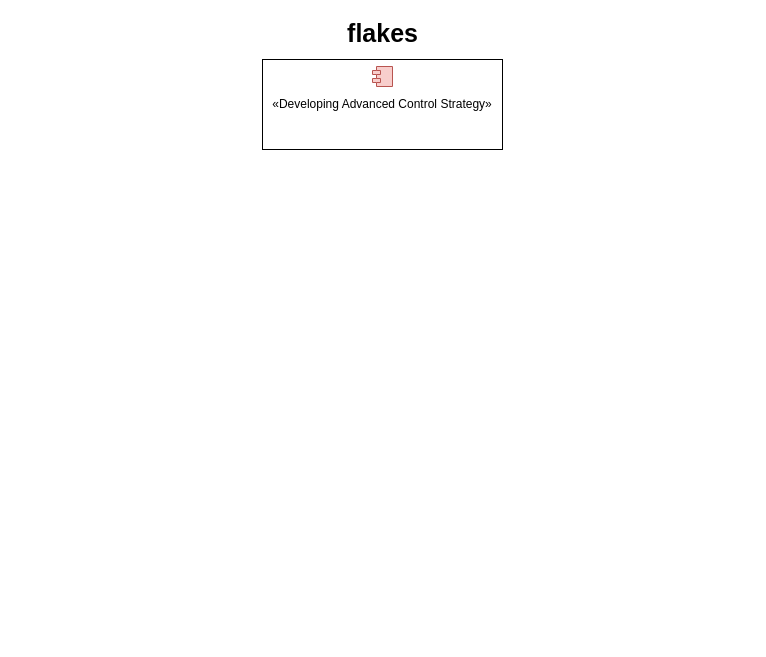
Above: page "Concept" (1 of 2) of pic/Work-flow Diagram.drawio in MuhammadRiyanMadya/flakes (draw.io), before the change. Source tidied: cells renumbered, new cells numbered last; positions are measured from the earlier drawing's top-left corner, leaving out a move shared by most shapes. Both pictures are drawn from the tidied source at 100%, with x=0, y=0 at pixel (262, 19).
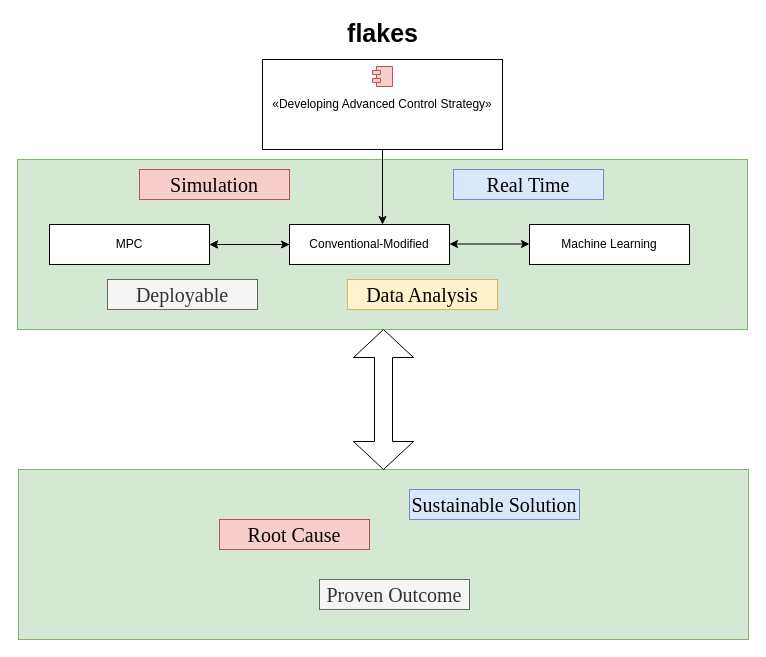
After the change.

The change refers to these unchanged cells:
```xml
<mxCell id="3" value="«Developing Advanced Control&amp;nbsp;&lt;span style=&quot;background-color: initial;&quot;&gt;Strategy»&lt;/span&gt;" style="html=1;whiteSpace=wrap;" parent="1" vertex="1">
  <mxGeometry y="40" width="240" height="90" as="geometry" />
</mxCell>
```

Diff of the diagram source:
```diff
@@
+    <mxCell id="5" style="rounded=0;whiteSpace=wrap;html=1;fillColor=#d5e8d4;strokeColor=#82b366;" parent="1" vertex="1">
+      <mxGeometry x="-244" y="450" width="730" height="170" as="geometry" />
+    </mxCell>
+    <mxCell id="6" style="rounded=0;whiteSpace=wrap;html=1;fillColor=#d5e8d4;strokeColor=#82b366;" parent="1" vertex="1">
+      <mxGeometry x="-245" y="140" width="730" height="170" as="geometry" />
+    </mxCell>
@@
+    <mxCell id="7" style="edgeStyle=orthogonalEdgeStyle;rounded=0;jettySize=auto;html=1;" parent="1" edge="1" source="3">
+      <mxGeometry relative="1" as="geometry">
+        <mxPoint x="120" y="205" as="targetPoint" />
+      </mxGeometry>
+    </mxCell>
@@
+    <mxCell id="8" style="edgeStyle=orthogonalEdgeStyle;rounded=0;jettySize=auto;html=1;" parent="1" edge="1" source="9" target="11">
+      <mxGeometry relative="1" as="geometry" />
+    </mxCell>
+    <mxCell id="9" value="Conventional-Modified" style="html=1;whiteSpace=wrap;" parent="1" vertex="1">
+      <mxGeometry x="27" y="205" width="160" height="40" as="geometry" />
+    </mxCell>
+    <mxCell id="10" value="Machine Learning" style="html=1;whiteSpace=wrap;" parent="1" vertex="1">
+      <mxGeometry x="267" y="205" width="160" height="40" as="geometry" />
+    </mxCell>
+    <mxCell id="11" value="MPC" style="html=1;whiteSpace=wrap;" parent="1" vertex="1">
+      <mxGeometry x="-213" y="205" width="160" height="40" as="geometry" />
+    </mxCell>
+    <mxCell id="12" style="endArrow=classic;startArrow=classic;html=1;rounded=0;exitX=1;exitY=0.5;exitDx=0;exitDy=0;" parent="1" edge="1" source="11">
+      <mxGeometry relative="1" as="geometry">
+        <mxPoint x="27" y="225" as="targetPoint" />
+      </mxGeometry>
+    </mxCell>
+    <mxCell id="13" style="endArrow=classic;startArrow=classic;html=1;rounded=0;exitX=1;exitY=0.5;exitDx=0;exitDy=0;" parent="1" edge="1">
+      <mxGeometry relative="1" as="geometry">
+        <mxPoint x="187" y="224.5" as="sourcePoint" />
+        <mxPoint x="267" y="224.5" as="targetPoint" />
+      </mxGeometry>
+    </mxCell>
+    <mxCell id="14" value="Simulation" style="text;html=1;align=center;verticalAlign=middle;whiteSpace=wrap;rounded=0;fontFamily=Garamond;fontSize=20;fillColor=#f8cecc;strokeColor=#b85450;" parent="1" vertex="1">
+      <mxGeometry x="-123" y="150" width="150" height="30" as="geometry" />
+    </mxCell>
+    <mxCell id="15" value="Real Time" style="text;html=1;align=center;verticalAlign=middle;whiteSpace=wrap;rounded=0;fontFamily=Garamond;fontSize=20;fillColor=#dae8fc;strokeColor=#6c8ebf;" parent="1" vertex="1">
+      <mxGeometry x="191" y="150" width="150" height="30" as="geometry" />
+    </mxCell>
+    <mxCell id="16" value="Deployable" style="text;html=1;align=center;verticalAlign=middle;whiteSpace=wrap;rounded=0;fontFamily=Garamond;fontSize=20;fillColor=#f5f5f5;strokeColor=#666666;fontColor=#333333;" parent="1" vertex="1">
+      <mxGeometry x="-155" y="260" width="150" height="30" as="geometry" />
+    </mxCell>
+    <mxCell id="17" value="Data Analysis" style="text;html=1;align=center;verticalAlign=middle;whiteSpace=wrap;rounded=0;fontFamily=Garamond;fontSize=20;fillColor=#fff2cc;strokeColor=#d6b656;" parent="1" vertex="1">
+      <mxGeometry x="85" y="260" width="150" height="30" as="geometry" />
+    </mxCell>
+    <mxCell id="18" style="shape=doubleArrow;whiteSpace=wrap;html=1;rotation=90;" parent="1" vertex="1">
+      <mxGeometry x="51" y="350" width="140" height="60" as="geometry" />
+    </mxCell>
+    <mxCell id="19" value="Root Cause" style="text;html=1;align=center;verticalAlign=middle;whiteSpace=wrap;rounded=0;fontFamily=Garamond;fontSize=20;fillColor=#f8cecc;strokeColor=#b85450;" parent="1" vertex="1">
+      <mxGeometry x="-43" y="500" width="150" height="30" as="geometry" />
+    </mxCell>
+    <mxCell id="20" value="Sustainable Solution" style="text;html=1;align=center;verticalAlign=middle;whiteSpace=wrap;rounded=0;fontFamily=Garamond;fontSize=20;fillColor=#dae8fc;strokeColor=#6c8ebf;" parent="1" vertex="1">
+      <mxGeometry x="147" y="470" width="170" height="30" as="geometry" />
+    </mxCell>
+    <mxCell id="21" value="Proven Outcome" style="text;html=1;align=center;verticalAlign=middle;whiteSpace=wrap;rounded=0;fontFamily=Garamond;fontSize=20;fillColor=#f5f5f5;strokeColor=#666666;fontColor=#333333;" parent="1" vertex="1">
+      <mxGeometry x="57" y="560" width="150" height="30" as="geometry" />
+    </mxCell>
```
